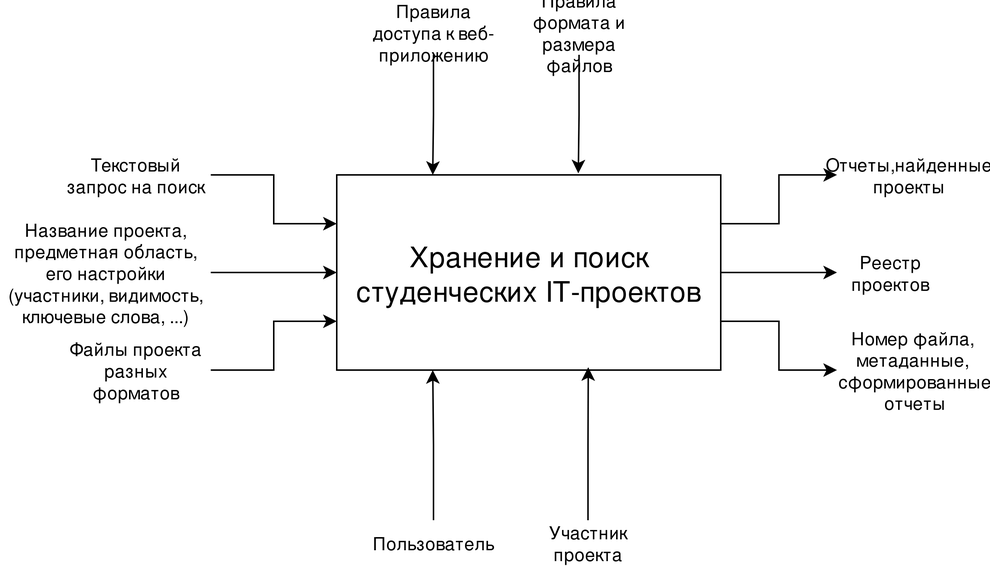
This is images/idef0.png from Denisius664/report_projecthub, a draw.io export, as it was before one commit. Source tidied: cells renumbered, new cells last; positions are measured from the earlier drawing's top-left corner, leaving out a move shared by most shapes. Source of this version:
```xml
<mxGraphModel>
  <root>
    <mxCell id="0" />
    <mxCell id="1" parent="0" />
    <mxCell id="2" style="rounded=0;jettySize=auto;html=1;exitX=1;exitY=0.5;exitDx=0;exitDy=0;entryX=0;entryY=0.5;entryDx=0;entryDy=0;" parent="1" edge="1" source="5" target="12">
      <mxGeometry relative="1" as="geometry" />
    </mxCell>
    <mxCell id="3" style="edgeStyle=orthogonalEdgeStyle;rounded=0;jettySize=auto;html=1;exitX=1;exitY=0.75;exitDx=0;exitDy=0;entryX=0;entryY=0.5;entryDx=0;entryDy=0;" parent="1" edge="1" source="5" target="15">
      <mxGeometry relative="1" as="geometry" />
    </mxCell>
    <mxCell id="4" style="edgeStyle=orthogonalEdgeStyle;rounded=0;jettySize=auto;html=1;exitX=1;exitY=0.25;exitDx=0;exitDy=0;entryX=0;entryY=0.5;entryDx=0;entryDy=0;" parent="1" edge="1" source="5" target="16">
      <mxGeometry relative="1" as="geometry" />
    </mxCell>
    <mxCell id="5" value="&lt;font style=&quot;font-size: 19px;&quot;&gt;Хранение и поиск студенческих IT-проектов&lt;br&gt;&lt;/font&gt;" style="rounded=0;whiteSpace=wrap;html=1;" parent="1" vertex="1">
      <mxGeometry x="224" y="110" width="256" height="130" as="geometry" />
    </mxCell>
    <mxCell id="6" style="edgeStyle=orthogonalEdgeStyle;rounded=0;jettySize=auto;html=1;exitX=1;exitY=0.5;exitDx=0;exitDy=0;entryX=0;entryY=0.75;entryDx=0;entryDy=0;" parent="1" edge="1" source="7" target="5">
      <mxGeometry relative="1" as="geometry" />
    </mxCell>
    <mxCell id="7" value="Файлы проекта разных форматов" style="text;html=1;align=center;verticalAlign=middle;whiteSpace=wrap;rounded=0;" parent="1" vertex="1">
      <mxGeometry x="40" y="220" width="100" height="40" as="geometry" />
    </mxCell>
    <mxCell id="8" style="edgeStyle=orthogonalEdgeStyle;rounded=0;jettySize=auto;html=1;exitX=0.5;exitY=1;exitDx=0;exitDy=0;entryX=0.25;entryY=0;entryDx=0;entryDy=0;" parent="1" edge="1" source="9" target="5">
      <mxGeometry relative="1" as="geometry" />
    </mxCell>
    <mxCell id="9" value="Правила доступа к веб-приложению" style="text;html=1;align=center;verticalAlign=middle;whiteSpace=wrap;rounded=0;" parent="1" vertex="1">
      <mxGeometry x="240" width="97" height="30" as="geometry" />
    </mxCell>
    <mxCell id="10" style="edgeStyle=orthogonalEdgeStyle;rounded=0;jettySize=auto;html=1;exitX=0.5;exitY=1;exitDx=0;exitDy=0;entryX=0.629;entryY=-0.008;entryDx=0;entryDy=0;entryPerimeter=0;" parent="1" edge="1" source="11" target="5">
      <mxGeometry relative="1" as="geometry" />
    </mxCell>
    <mxCell id="11" value="Правила формата и размера файлов" style="text;html=1;align=center;verticalAlign=middle;whiteSpace=wrap;rounded=0;" parent="1" vertex="1">
      <mxGeometry x="337" width="97" height="30" as="geometry" />
    </mxCell>
    <mxCell id="12" value="Реестр проектов" style="text;html=1;align=center;verticalAlign=middle;whiteSpace=wrap;rounded=0;" parent="1" vertex="1">
      <mxGeometry x="557.5" y="145" width="70" height="60" as="geometry" />
    </mxCell>
    <mxCell id="13" style="edgeStyle=orthogonalEdgeStyle;rounded=0;jettySize=auto;html=1;exitX=1;exitY=0.5;exitDx=0;exitDy=0;entryX=0;entryY=0.25;entryDx=0;entryDy=0;" parent="1" edge="1" source="14" target="5">
      <mxGeometry relative="1" as="geometry" />
    </mxCell>
    <mxCell id="14" value="Текстовый запрос на поиск" style="text;html=1;align=center;verticalAlign=middle;whiteSpace=wrap;rounded=0;" parent="1" vertex="1">
      <mxGeometry x="40" y="90" width="100" height="40" as="geometry" />
    </mxCell>
    <mxCell id="15" value="&lt;div&gt;Номер файла,&amp;nbsp;&lt;/div&gt;&lt;div&gt;метаданные,&amp;nbsp;&lt;/div&gt;&lt;div&gt;сформированные отчеты&lt;/div&gt;" style="text;html=1;align=center;verticalAlign=middle;whiteSpace=wrap;rounded=0;" parent="1" vertex="1">
      <mxGeometry x="557.5" y="207.5" width="102.5" height="65" as="geometry" />
    </mxCell>
    <mxCell id="16" value="Отчеты,найденные проекты" style="text;html=1;align=center;verticalAlign=middle;whiteSpace=wrap;rounded=0;" parent="1" vertex="1">
      <mxGeometry x="557.5" y="80" width="95" height="60" as="geometry" />
    </mxCell>
    <mxCell id="17" style="edgeStyle=orthogonalEdgeStyle;rounded=0;jettySize=auto;html=1;exitX=1;exitY=0.5;exitDx=0;exitDy=0;entryX=0;entryY=0.5;entryDx=0;entryDy=0;" parent="1" edge="1" source="18" target="5">
      <mxGeometry relative="1" as="geometry" />
    </mxCell>
    <mxCell id="18" value="Название проекта, предметная область, его настройки (участники, видимость, ключевые слова, ...)" style="text;html=1;align=center;verticalAlign=middle;whiteSpace=wrap;rounded=0;" parent="1" vertex="1">
      <mxGeometry y="130" width="140" height="90" as="geometry" />
    </mxCell>
    <mxCell id="19" style="edgeStyle=orthogonalEdgeStyle;rounded=0;jettySize=auto;html=1;exitX=0.5;exitY=0;exitDx=0;exitDy=0;entryX=0.25;entryY=1;entryDx=0;entryDy=0;" parent="1" edge="1" source="20" target="5">
      <mxGeometry relative="1" as="geometry" />
    </mxCell>
    <mxCell id="20" value="Пользователь" style="text;html=1;align=center;verticalAlign=middle;whiteSpace=wrap;rounded=0;" parent="1" vertex="1">
      <mxGeometry x="246" y="340" width="85" height="30" as="geometry" />
    </mxCell>
    <mxCell id="21" style="edgeStyle=orthogonalEdgeStyle;rounded=0;jettySize=auto;html=1;exitX=0.5;exitY=0;exitDx=0;exitDy=0;entryX=0.655;entryY=0.985;entryDx=0;entryDy=0;entryPerimeter=0;" parent="1" edge="1" source="22" target="5">
      <mxGeometry relative="1" as="geometry" />
    </mxCell>
    <mxCell id="22" value="Участник проекта" style="text;html=1;align=center;verticalAlign=middle;whiteSpace=wrap;rounded=0;" parent="1" vertex="1">
      <mxGeometry x="349" y="340" width="85" height="30" as="geometry" />
    </mxCell>
  </root>
</mxGraphModel>
```
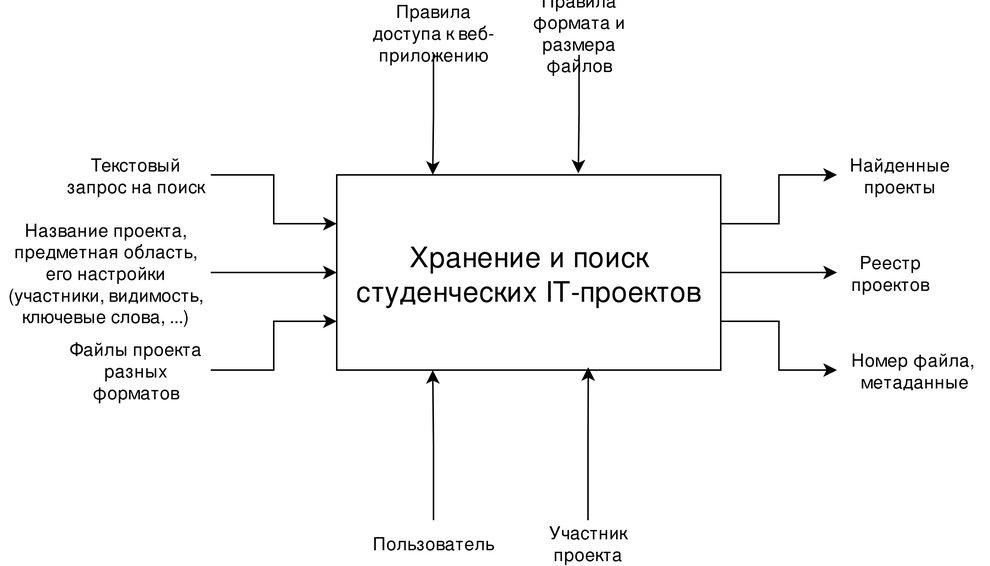
After the commit.

Commit message:
fix: Убрал отчеты из диаграмм

What changed in the source:
```diff
@@ -41,11 +41,11 @@
     <mxCell id="14" value="Текстовый запрос на поиск" style="text;html=1;align=center;verticalAlign=middle;whiteSpace=wrap;rounded=0;" parent="1" vertex="1">
       <mxGeometry x="40" y="90" width="100" height="40" as="geometry" />
     </mxCell>
-    <mxCell id="15" value="&lt;div&gt;Номер файла,&amp;nbsp;&lt;/div&gt;&lt;div&gt;метаданные,&amp;nbsp;&lt;/div&gt;&lt;div&gt;сформированные отчеты&lt;/div&gt;" style="text;html=1;align=center;verticalAlign=middle;whiteSpace=wrap;rounded=0;" parent="1" vertex="1">
+    <mxCell id="15" value="&lt;div&gt;Номер файла,&amp;nbsp;&lt;/div&gt;&lt;div&gt;метаданные&lt;/div&gt;" style="text;html=1;align=center;verticalAlign=middle;whiteSpace=wrap;rounded=0;" parent="1" vertex="1">
       <mxGeometry x="557.5" y="207.5" width="102.5" height="65" as="geometry" />
     </mxCell>
-    <mxCell id="16" value="Отчеты,найденные проекты" style="text;html=1;align=center;verticalAlign=middle;whiteSpace=wrap;rounded=0;" parent="1" vertex="1">
-      <mxGeometry x="557.5" y="80" width="95" height="60" as="geometry" />
+    <mxCell id="16" value="Найденные проекты" style="text;html=1;align=center;verticalAlign=middle;whiteSpace=wrap;rounded=0;" parent="1" vertex="1">
+      <mxGeometry x="557.5" y="80" width="82.5" height="60" as="geometry" />
     </mxCell>
     <mxCell id="17" style="edgeStyle=orthogonalEdgeStyle;rounded=0;jettySize=auto;html=1;exitX=1;exitY=0.5;exitDx=0;exitDy=0;entryX=0;entryY=0.5;entryDx=0;entryDy=0;" parent="1" edge="1" source="18" target="5">
       <mxGeometry relative="1" as="geometry" />
```
